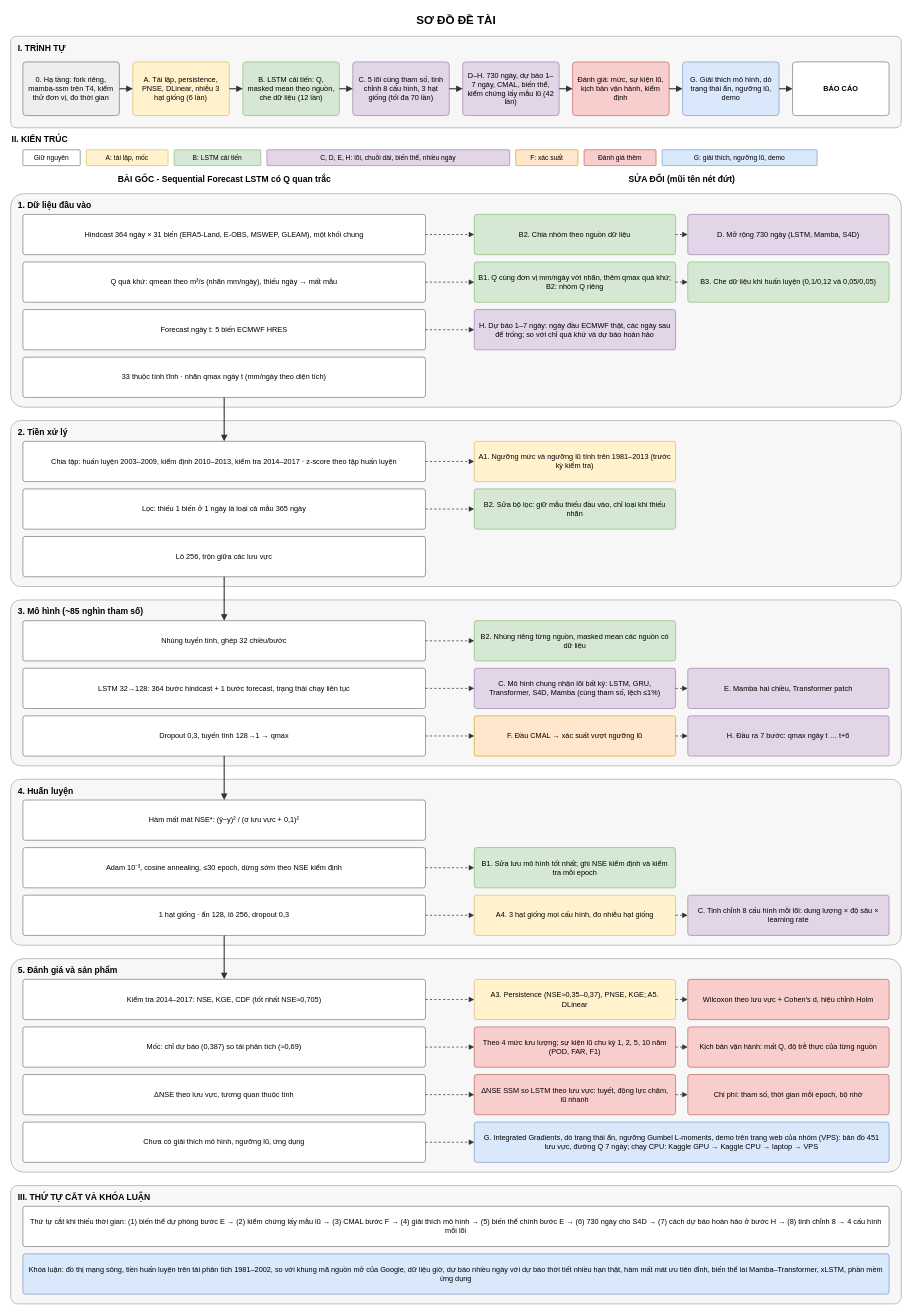
Ticasslo/TieuLuanChuyenNganh keeps this draw.io diagram as Diagrams/ProjectDiagram.drawio. Above is the earlier version. Source tidied: cells renumbered, new cells numbered last; positions are measured from the earlier drawing's top-left corner, leaving out a move shared by most shapes. Both pictures are drawn from the tidied source at 61%, with x=0, y=0 at pixel (10, 10).
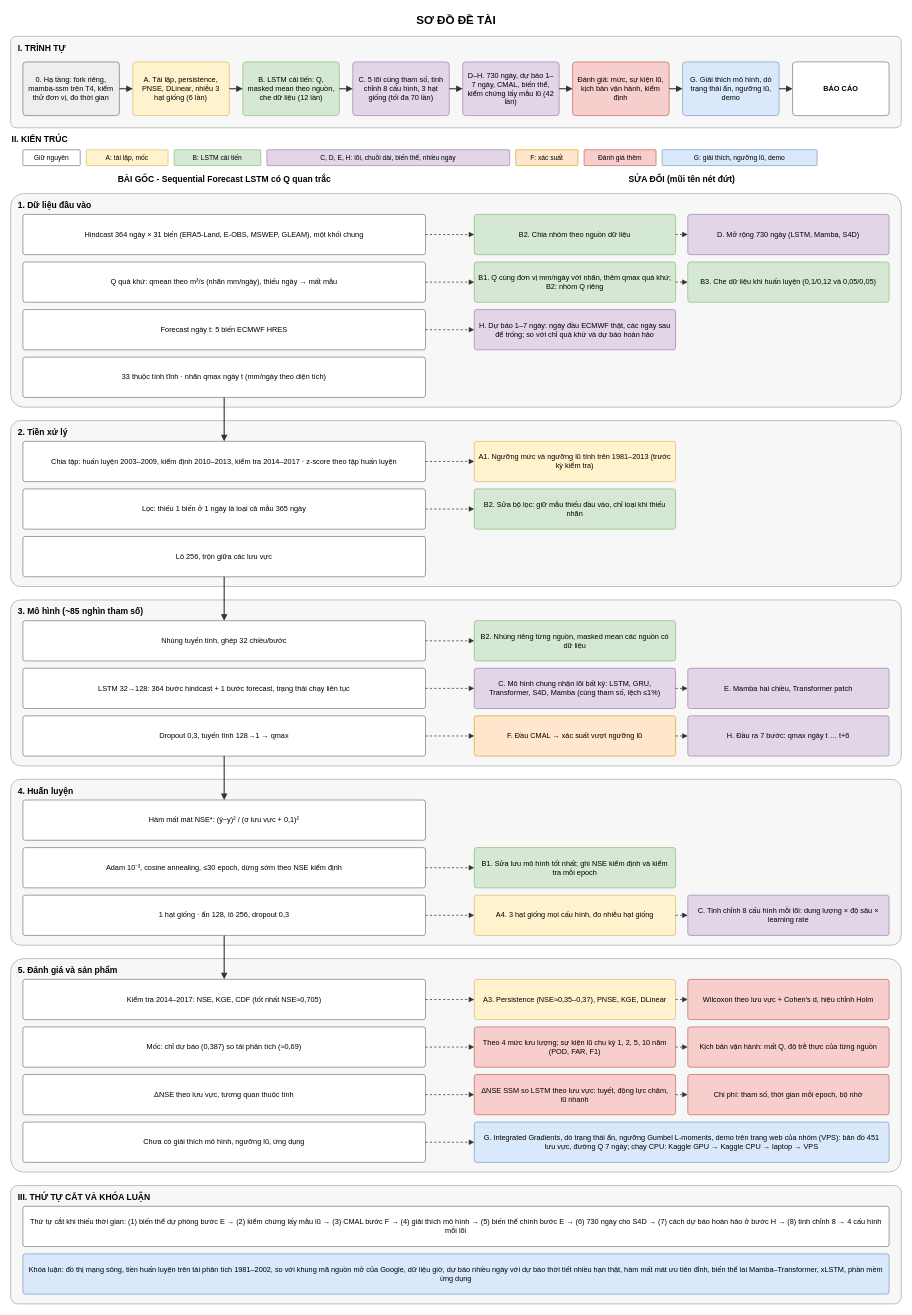
Above is the later version.

Commit message (it also covers changes not shown here):
A2 đủ 6 run Hình 7 (thêm EncDec không Q, Version 2), hình A2; đổi thứ tự bước A: A1 → A3 (persistence, PNSE, KGE, DLinear; bỏ A5) → A4; sắp lại mục 6.2/6.3 và thêm lưu vực 800 trong 01_LamaHCE.md

Diff of the diagram source:
```diff
@@
-    <mxCell id="82" value="A3. Persistence (NSE≈0,35–0,37), PNSE, KGE; A5. DLinear" style="rounded=1;arcSize=6;whiteSpace=wrap;html=1;fillColor=#fff2cc;strokeColor=#d6b656;fontSize=12;align=center;spacingLeft=6;spacingRight=6;" parent="1" vertex="1">
+    <mxCell id="82" value="A3. Persistence (NSE≈0,35–0,37), PNSE, KGE, DLinear" style="rounded=1;arcSize=6;whiteSpace=wrap;html=1;fillColor=#fff2cc;strokeColor=#d6b656;fontSize=12;align=center;spacingLeft=6;spacingRight=6;" parent="1" vertex="1">
       <mxGeometry x="760" y="1588" width="330" height="66" as="geometry" />
     </mxCell>
```
